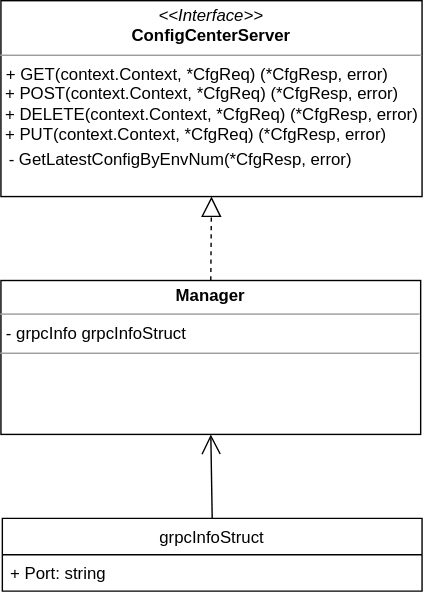
Above: docs/images/概设/服务模块.svg in dalgorithm-bastar/configer (draw.io), before the change. Source tidied: cells renumbered, new cells last; positions are measured from the earlier drawing's top-left corner, leaving out a move shared by most shapes. Source of this version:
```xml
<mxGraphModel>
  <root>
    <mxCell id="0" />
    <mxCell id="1" parent="0" />
    <mxCell id="2" value="&lt;p style=&quot;margin: 0px ; margin-top: 4px ; text-align: center&quot;&gt;&lt;i&gt;&amp;lt;&amp;lt;Interface&amp;gt;&amp;gt;&lt;/i&gt;&lt;br&gt;&lt;b&gt;ConfigCenterServer&lt;/b&gt;&lt;/p&gt;&lt;hr size=&quot;1&quot;&gt;&lt;p style=&quot;margin: 0px ; margin-left: 4px&quot;&gt;&lt;span style=&quot;background-color: rgb(255 , 255 , 255)&quot;&gt;+ GET(context.Context, *CfgReq) (*CfgResp, error)&lt;/span&gt;&lt;br&gt;&lt;/p&gt;&amp;nbsp;+ POS&lt;span style=&quot;background-color: rgb(255 , 255 , 255)&quot;&gt;T(context.Context, *CfgReq) (*CfgResp, error)&lt;/span&gt;&lt;br&gt;&amp;nbsp;+&amp;nbsp;&lt;span style=&quot;background-color: rgb(255 , 255 , 255)&quot;&gt;DELETE(context.Context, *CfgReq) (*CfgResp, error)&lt;/span&gt;&lt;br&gt;&amp;nbsp;+&amp;nbsp;&lt;span style=&quot;background-color: rgb(255 , 255 , 255)&quot;&gt;PUT(context.Context, *CfgReq) (*CfgResp, error)&lt;/span&gt;" style="verticalAlign=top;align=left;overflow=fill;fontSize=12;fontFamily=Helvetica;html=1;" parent="1" vertex="1">
      <mxGeometry width="301" height="140" as="geometry" />
    </mxCell>
    <mxCell id="3" value="&lt;p style=&quot;margin: 0px ; margin-top: 4px ; text-align: center&quot;&gt;&lt;b&gt;Manager&lt;/b&gt;&lt;/p&gt;&lt;hr size=&quot;1&quot;&gt;&lt;p style=&quot;margin: 0px ; margin-left: 4px&quot;&gt;- grpcInfo grpcInfoStruct&lt;/p&gt;&lt;hr size=&quot;1&quot;&gt;&lt;br&gt;&lt;p style=&quot;margin: 0px ; margin-left: 4px&quot;&gt;&lt;/p&gt;" style="verticalAlign=top;align=left;overflow=fill;fontSize=12;fontFamily=Helvetica;html=1;" parent="1" vertex="1">
      <mxGeometry y="200" width="300" height="110" as="geometry" />
    </mxCell>
    <mxCell id="4" style="endArrow=block;dashed=1;endFill=0;endSize=12;html=1;exitX=0.5;exitY=0;exitDx=0;exitDy=0;entryX=0.5;entryY=1;entryDx=0;entryDy=0;" parent="1" edge="1" source="3" target="2">
      <mxGeometry relative="1" as="geometry" />
    </mxCell>
    <mxCell id="5" value="grpcInfoStruct" style="swimlane;fontStyle=0;horizontal=1;startSize=26;fillColor=none;" parent="1" vertex="1">
      <mxGeometry x="1" y="370" width="300" height="52" as="geometry" />
    </mxCell>
    <mxCell id="6" value="+ Port: string" style="text;strokeColor=none;fillColor=none;align=left;verticalAlign=top;spacingLeft=4;spacingRight=4;overflow=hidden;" parent="5" vertex="1">
      <mxGeometry y="26" width="300" height="26" as="geometry" />
    </mxCell>
    <mxCell id="7" style="endArrow=open;endFill=1;endSize=12;html=1;entryX=0.5;entryY=1;entryDx=0;entryDy=0;exitX=0.5;exitY=0;exitDx=0;exitDy=0;" parent="1" edge="1" source="5" target="3">
      <mxGeometry relative="1" as="geometry" />
    </mxCell>
    <mxCell id="8" value="- GetLatestConfigByEnvNum(*CfgResp, error)" style="text;strokeColor=none;fillColor=none;align=left;verticalAlign=top;spacingLeft=4;spacingRight=4;overflow=hidden;" parent="1" vertex="1">
      <mxGeometry y="100" width="290" height="40" as="geometry" />
    </mxCell>
  </root>
</mxGraphModel>
```
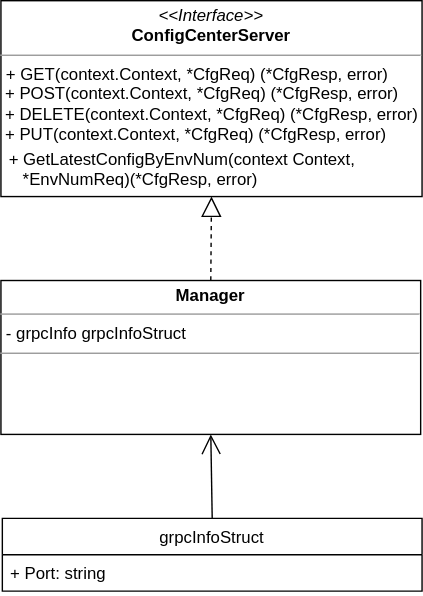
Later version of the same file.

Diff of the diagram source:
```diff
@@ -20,7 +20,7 @@
     <mxCell id="7" style="endArrow=open;endFill=1;endSize=12;html=1;entryX=0.5;entryY=1;entryDx=0;entryDy=0;exitX=0.5;exitY=0;exitDx=0;exitDy=0;" parent="1" edge="1" source="5" target="3">
       <mxGeometry relative="1" as="geometry" />
     </mxCell>
-    <mxCell id="8" value="- GetLatestConfigByEnvNum(*CfgResp, error)" style="text;strokeColor=none;fillColor=none;align=left;verticalAlign=top;spacingLeft=4;spacingRight=4;overflow=hidden;" parent="1" vertex="1">
+    <mxCell id="8" value="+ GetLatestConfigByEnvNum(context Context,&#10;   *EnvNumReq)(*CfgResp, error)" style="text;strokeColor=none;fillColor=none;align=left;verticalAlign=top;spacingLeft=4;spacingRight=4;overflow=hidden;" parent="1" vertex="1">
       <mxGeometry y="100" width="290" height="40" as="geometry" />
     </mxCell>
   </root>
```
